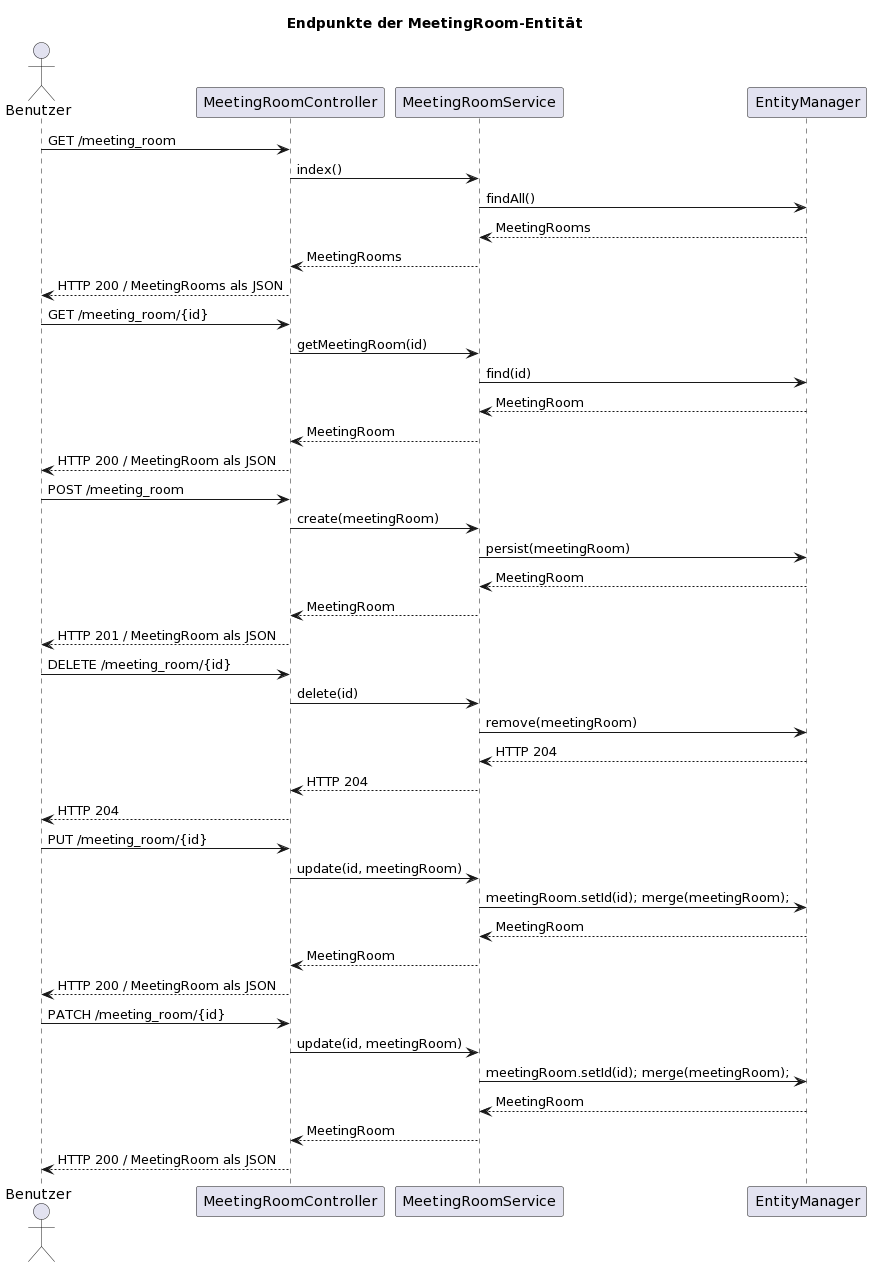
Above: assets/sequenzdiagramm_meeting_room.png in carlottostromstedt/m223_projektarbeit (PlantUML), before the change.
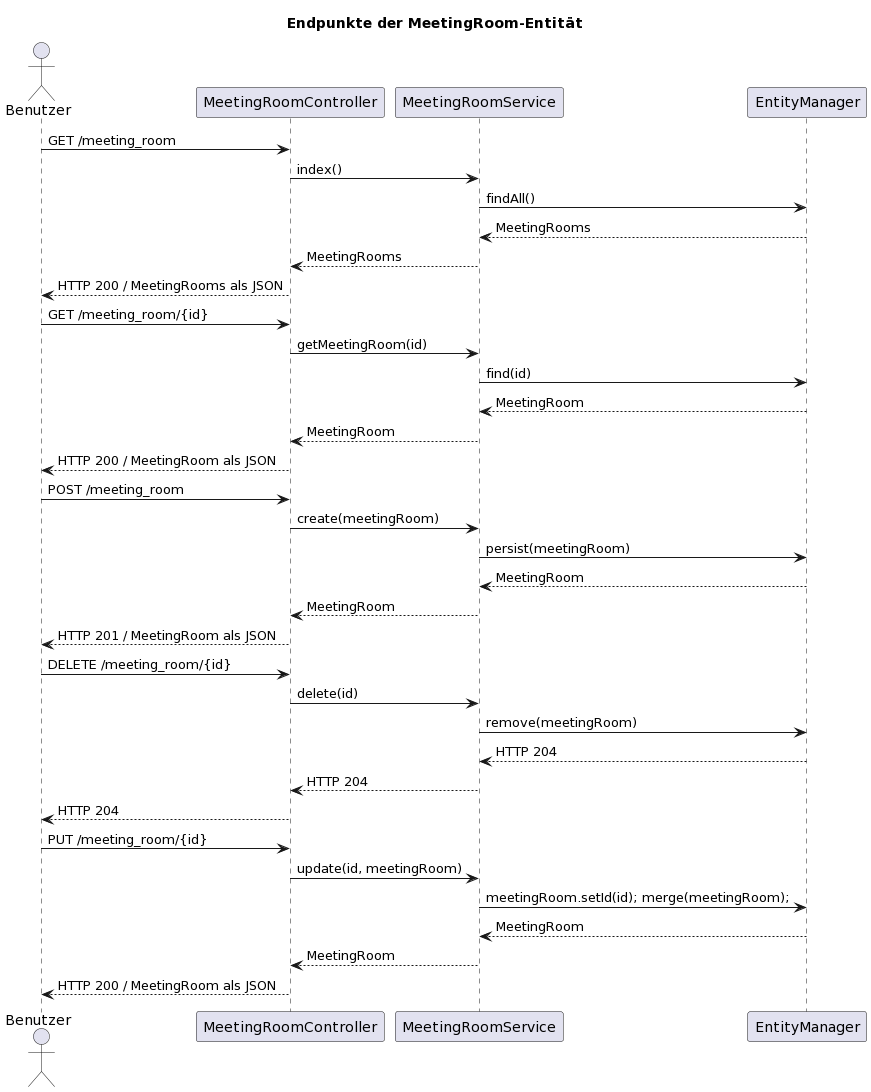
After the commit.

What changed in the source:
```diff
@@ -40,11 +40,4 @@
 MeetingRoomService <-- EntityManager: MeetingRoom
 MeetingRoomController <-- MeetingRoomService: MeetingRoom
 Benutzer <-- MeetingRoomController: HTTP 200 / MeetingRoom als JSON
-
-Benutzer -> MeetingRoomController: PATCH /meeting_room/{id}
-MeetingRoomController -> MeetingRoomService: update(id, meetingRoom)
-MeetingRoomService -> EntityManager: meetingRoom.setId(id); merge(meetingRoom);
-MeetingRoomService <-- EntityManager: MeetingRoom
-MeetingRoomController <-- MeetingRoomService: MeetingRoom
-Benutzer <-- MeetingRoomController: HTTP 200 / MeetingRoom als JSON
 @enduml
```
